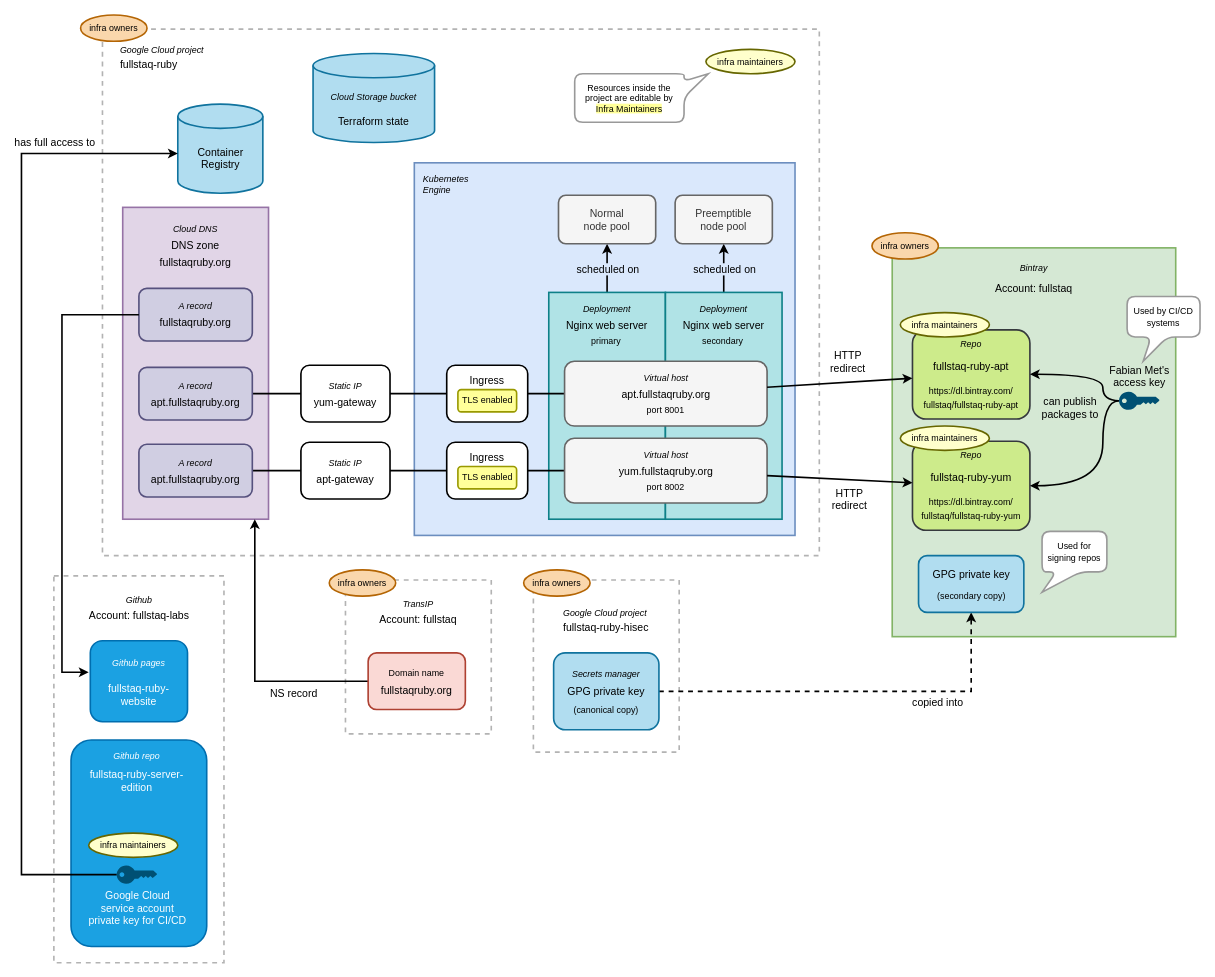
fullstaq-ruby/infra keeps this draw.io diagram as docs/infrastructure-overview.drawio. Above is the earlier version. Source tidied: cells renumbered, new cells numbered last; positions are measured from the earlier drawing's top-left corner, leaving out a move shared by most shapes. Both pictures are drawn from the tidied source at 81%, with x=0, y=0 at pixel (21, 15).
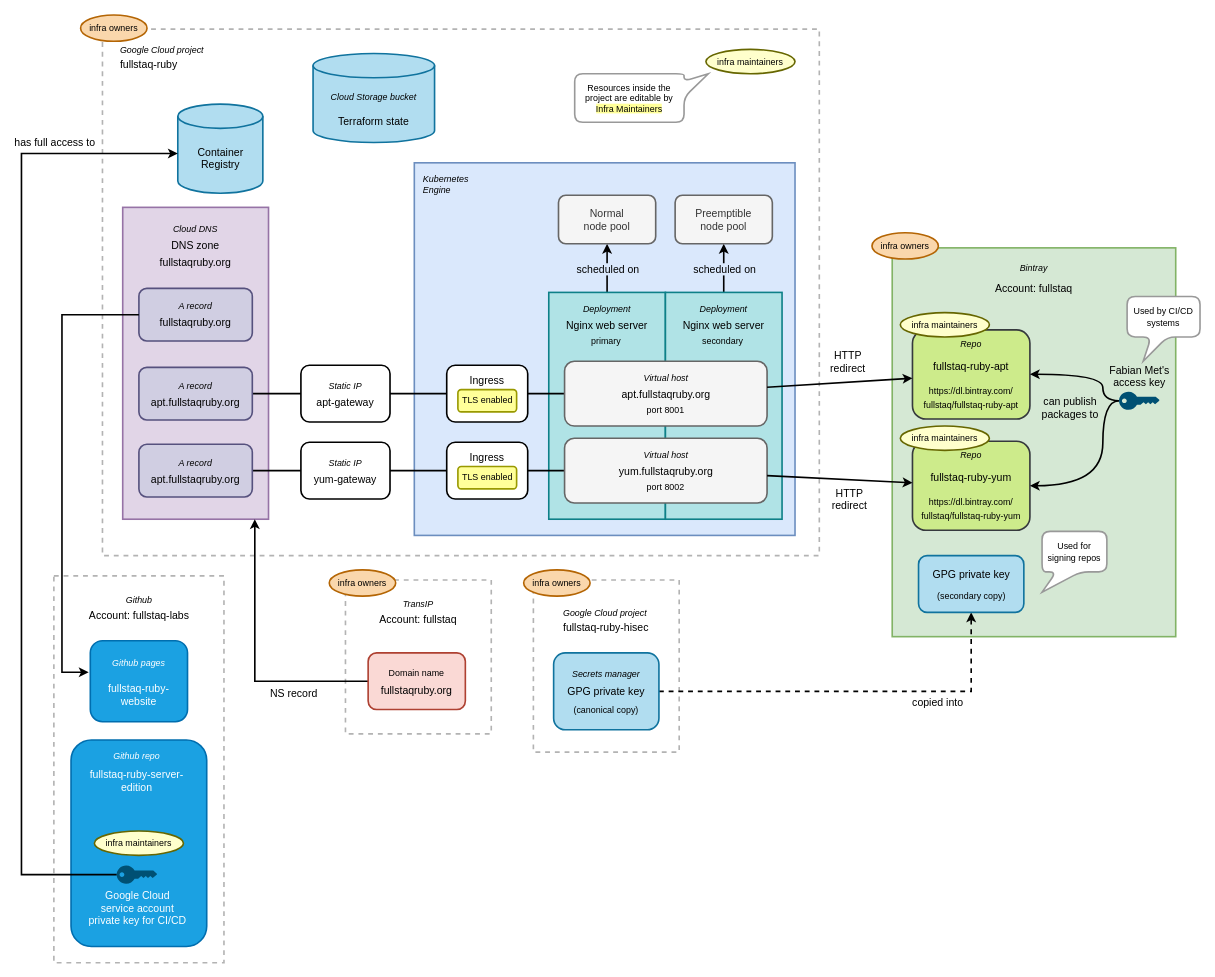
The same page after the edit.

Commit message (it also covers changes not shown here):
Fix typo in infrastructure diagram

What changed in the source:
```diff
@@
-    <mxCell id="29" value="&lt;p style=&quot;line-height: 160%&quot;&gt;&lt;i&gt;&lt;font style=&quot;font-size: 11px&quot;&gt;Static IP&lt;/font&gt;&lt;/i&gt;&lt;br&gt;yum-gateway&lt;/p&gt;" style="rounded=1;whiteSpace=wrap;html=1;shadow=0;glass=0;sketch=0;strokeWidth=2;fontSize=13;" parent="1" vertex="1">
+    <mxCell id="29" value="&lt;p style=&quot;line-height: 160%&quot;&gt;&lt;i&gt;&lt;font style=&quot;font-size: 11px&quot;&gt;Static IP&lt;/font&gt;&lt;/i&gt;&lt;br&gt;apt-gateway&lt;/p&gt;" style="rounded=1;whiteSpace=wrap;html=1;shadow=0;glass=0;sketch=0;strokeWidth=2;fontSize=13;" parent="1" vertex="1">
       <mxGeometry x="345" y="432.5" width="110" height="70" as="geometry" />
     </mxCell>
@@
-    <mxCell id="31" value="&lt;p style=&quot;line-height: 160%&quot;&gt;&lt;i&gt;&lt;font style=&quot;font-size: 11px&quot;&gt;Static IP&lt;/font&gt;&lt;/i&gt;&lt;br&gt;apt-gateway&lt;/p&gt;" style="rounded=1;whiteSpace=wrap;html=1;shadow=0;glass=0;sketch=0;strokeWidth=2;fontSize=13;" parent="1" vertex="1">
+    <mxCell id="31" value="&lt;p style=&quot;line-height: 160%&quot;&gt;&lt;i&gt;&lt;font style=&quot;font-size: 11px&quot;&gt;Static IP&lt;/font&gt;&lt;/i&gt;&lt;br&gt;yum-gateway&lt;/p&gt;" style="rounded=1;whiteSpace=wrap;html=1;shadow=0;glass=0;sketch=0;strokeWidth=2;fontSize=13;" parent="1" vertex="1">
       <mxGeometry x="345" y="527.5" width="110" height="70" as="geometry" />
     </mxCell>
@@
     <mxCell id="94" value="infra maintainers" style="ellipse;whiteSpace=wrap;html=1;rounded=0;shadow=0;glass=0;labelBackgroundColor=none;sketch=0;strokeWidth=2;fontSize=11;align=center;strokeColor=#666600;fillColor=#FFFFCC;" parent="1" vertex="1">
-      <mxGeometry x="83" y="1010" width="110" height="30" as="geometry" />
+      <mxGeometry x="90" y="1007.5" width="110" height="30" as="geometry" />
     </mxCell>
```
